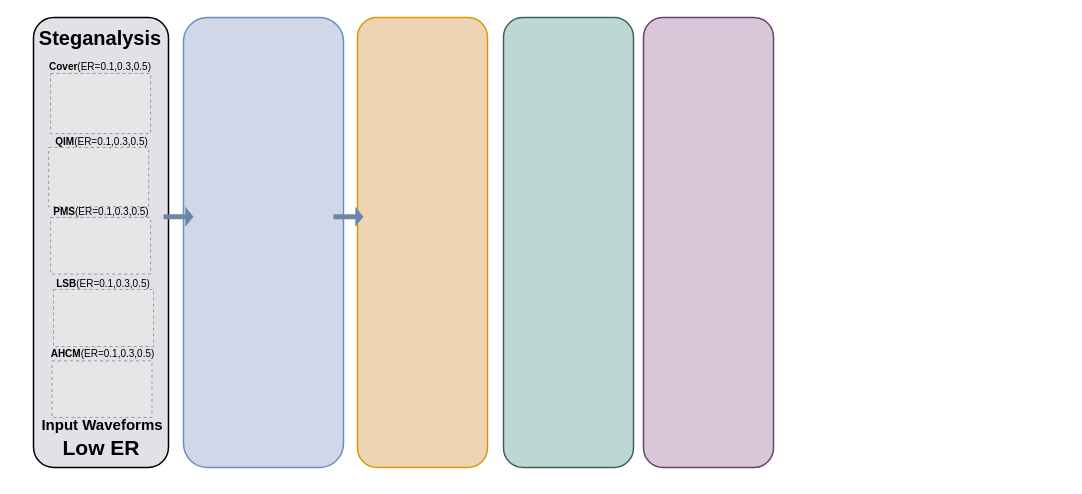
The draw.io diagram Voip.drawio in PKQZPC/Voip, before the edit. Source tidied: cells renumbered, new cells numbered last; positions are measured from the earlier drawing's top-left corner, leaving out a move shared by most shapes. Both pictures are drawn from the tidied source at 100%, with x=0, y=0 at pixel (17, 17). Pictures stored in the file or linked from it are replaced by grey dashed boxes.
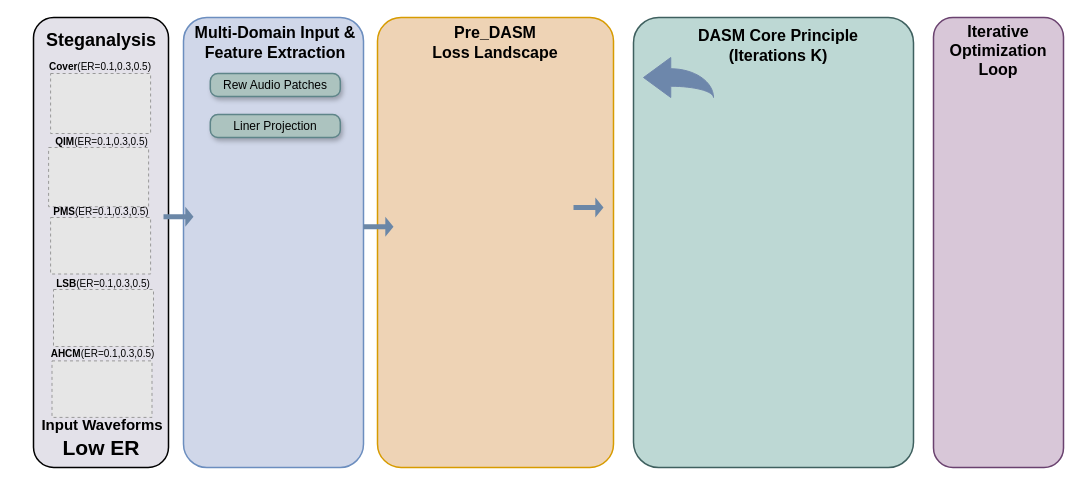
Above is the later version.

What changed in the source:
```diff
@@
-    <mxCell id="2" style="rounded=1;whiteSpace=wrap;html=1;fillColor=light-dark(#E3E0E8,#EDEDED);strokeWidth=1.5;" parent="1" vertex="1">
+    <mxCell id="2" style="rounded=1;whiteSpace=wrap;html=1;fillColor=light-dark(#e3e1e9, #EDEDED);strokeWidth=1.5;" parent="1" vertex="1">
       <mxGeometry x="16" width="135" height="450" as="geometry" />
     </mxCell>
-    <mxCell id="3" style="rounded=1;whiteSpace=wrap;html=1;fillColor=light-dark(#d0d7e9, #1d293b);strokeColor=#6c8ebf;strokeWidth=1.5;" parent="1" vertex="1">
-      <mxGeometry x="166" width="160" height="450" as="geometry" />
+    <mxCell id="3" style="rounded=1;whiteSpace=wrap;html=1;fillColor=light-dark(#d0d7e9, #1d293b);strokeColor=#6c8ebf;strokeWidth=1.5;arcSize=13;" parent="1" vertex="1">
+      <mxGeometry x="166" width="180" height="450" as="geometry" />
     </mxCell>
-    <mxCell id="4" style="rounded=1;whiteSpace=wrap;html=1;fillColor=light-dark(#eed3b5, #36210a);strokeColor=#d79b00;strokeWidth=1.5;" parent="1" vertex="1">
-      <mxGeometry x="340" width="130" height="450" as="geometry" />
+    <mxCell id="4" style="rounded=1;whiteSpace=wrap;html=1;fillColor=light-dark(#eed3b5, #36210a);strokeColor=#d79b00;strokeWidth=1.5;arcSize=10;" parent="1" vertex="1">
+      <mxGeometry x="360" width="236" height="450" as="geometry" />
     </mxCell>
-    <mxCell id="5" style="rounded=1;whiteSpace=wrap;html=1;fillColor=light-dark(#bdd8d4, #ededed);strokeColor=light-dark(#3f605f, #ededed);strokeWidth=1.5;" parent="1" vertex="1">
-      <mxGeometry x="486" width="130" height="450" as="geometry" />
+    <mxCell id="5" style="rounded=1;whiteSpace=wrap;html=1;fillColor=light-dark(#bdd8d4, #ededed);strokeColor=light-dark(#3f605f, #ededed);strokeWidth=1.5;arcSize=9;" parent="1" vertex="1">
+      <mxGeometry x="616" width="280" height="450" as="geometry" />
     </mxCell>
     <mxCell id="6" style="rounded=1;whiteSpace=wrap;html=1;fillColor=light-dark(#d8c7d8, #ededed);strokeColor=light-dark(#6a426f, #ededed);strokeWidth=1.5;" parent="1" vertex="1">
-      <mxGeometry x="626" width="130" height="450" as="geometry" />
+      <mxGeometry x="916" width="130" height="450" as="geometry" />
     </mxCell>
-    <mxCell id="7" value="&lt;b&gt;&lt;font&gt;Steganalysis&lt;/font&gt;&lt;/b&gt;" style="rounded=0;whiteSpace=wrap;html=1;fillColor=none;strokeColor=none;fontSize=20;" parent="1" vertex="1">
-      <mxGeometry x="30.1" width="105.9" height="40" as="geometry" />
+    <mxCell id="7" value="&lt;b&gt;&lt;font&gt;Steganalysis&lt;/font&gt;&lt;/b&gt;" style="rounded=0;whiteSpace=wrap;html=1;fillColor=none;strokeColor=none;fontSize=18;" parent="1" vertex="1">
+      <mxGeometry x="30.6" y="3" width="105.9" height="40" as="geometry" />
     </mxCell>
@@
     <mxCell id="23" style="shape=singleArrow;whiteSpace=wrap;html=1;arrowWidth=0.25556007667822767;arrowSize=0.27283950617284636;fillColor=light-dark(#6b87a7, #ededed);strokeColor=none;" parent="1" vertex="1">
-      <mxGeometry x="316" y="189.2" width="30" height="20" as="geometry" />
+      <mxGeometry x="556" y="180" width="30" height="20" as="geometry" />
     </mxCell>
+    <mxCell id="24" style="shape=singleArrow;whiteSpace=wrap;html=1;arrowWidth=0.25556007667822767;arrowSize=0.27283950617284636;fillColor=light-dark(#6b87a7, #ededed);strokeColor=none;" parent="1" vertex="1">
+      <mxGeometry x="346" y="199.2" width="30" height="20" as="geometry" />
+    </mxCell>
+    <mxCell id="25" style="html=1;shadow=0;dashed=0;align=center;verticalAlign=middle;shape=mxgraph.arrows2.jumpInArrow;dy=8.77;dx=27.25;arrowHead=55;flipH=1;legacyAnchorPoints=0;strokeColor=light-dark(#7187ac, #ededed);fillColor=light-dark(#6d87ab, #ededed);" parent="1" vertex="1">
+      <mxGeometry x="626" y="40" width="70" height="40" as="geometry" />
+    </mxCell>
+    <mxCell id="26" value="Rew Audio Patches" style="rounded=1;whiteSpace=wrap;html=1;arcSize=33;fillColor=light-dark(#acc3bf, #ededed);strokeColor=light-dark(#5e8589, #ededed);strokeWidth=1.5;textShadow=0;shadow=1;" parent="1" vertex="1">
+      <mxGeometry x="192.8" y="56" width="130" height="23" as="geometry" />
+    </mxCell>
+    <mxCell id="27" value="Pre_DASM&lt;div&gt;Loss Landscape&lt;/div&gt;" style="text;html=1;whiteSpace=wrap;strokeColor=none;fillColor=none;align=center;verticalAlign=middle;rounded=0;fontSize=16;fontStyle=1;" parent="1" vertex="1">
+      <mxGeometry x="383" y="10" width="190" height="30" as="geometry" />
+    </mxCell>
+    <mxCell id="28" value="DASM Core Principle&lt;br&gt;(Iterations K)" style="text;html=1;whiteSpace=wrap;strokeColor=none;fillColor=none;align=center;verticalAlign=middle;rounded=0;fontSize=16;fontStyle=1;" parent="1" vertex="1">
+      <mxGeometry x="646" y="18" width="230" height="20" as="geometry" />
+    </mxCell>
+    <mxCell id="29" value="Iterative&lt;div&gt;Optimization&lt;/div&gt;&lt;div&gt;Loop&lt;/div&gt;" style="text;html=1;whiteSpace=wrap;strokeColor=none;fillColor=none;align=center;verticalAlign=middle;rounded=0;fontStyle=1;fontSize=16;" parent="1" vertex="1">
+      <mxGeometry x="951" y="18" width="60" height="30" as="geometry" />
+    </mxCell>
+    <mxCell id="30" value="Multi-Domain Input &amp;amp;&lt;div&gt;Feature Extraction&lt;/div&gt;" style="text;html=1;whiteSpace=wrap;strokeColor=none;fillColor=none;align=center;verticalAlign=middle;rounded=0;fontStyle=1;fontSize=16;" parent="1" vertex="1">
+      <mxGeometry x="169.6" y="10" width="176.4" height="30" as="geometry" />
+    </mxCell>
+    <mxCell id="31" value="Liner Projection" style="rounded=1;whiteSpace=wrap;html=1;arcSize=33;fillColor=light-dark(#acc3bf, #ededed);strokeColor=light-dark(#5e8589, #ededed);strokeWidth=1.5;textShadow=0;shadow=1;" parent="1" vertex="1">
+      <mxGeometry x="192.8" y="97" width="130" height="23" as="geometry" />
+    </mxCell>
```
